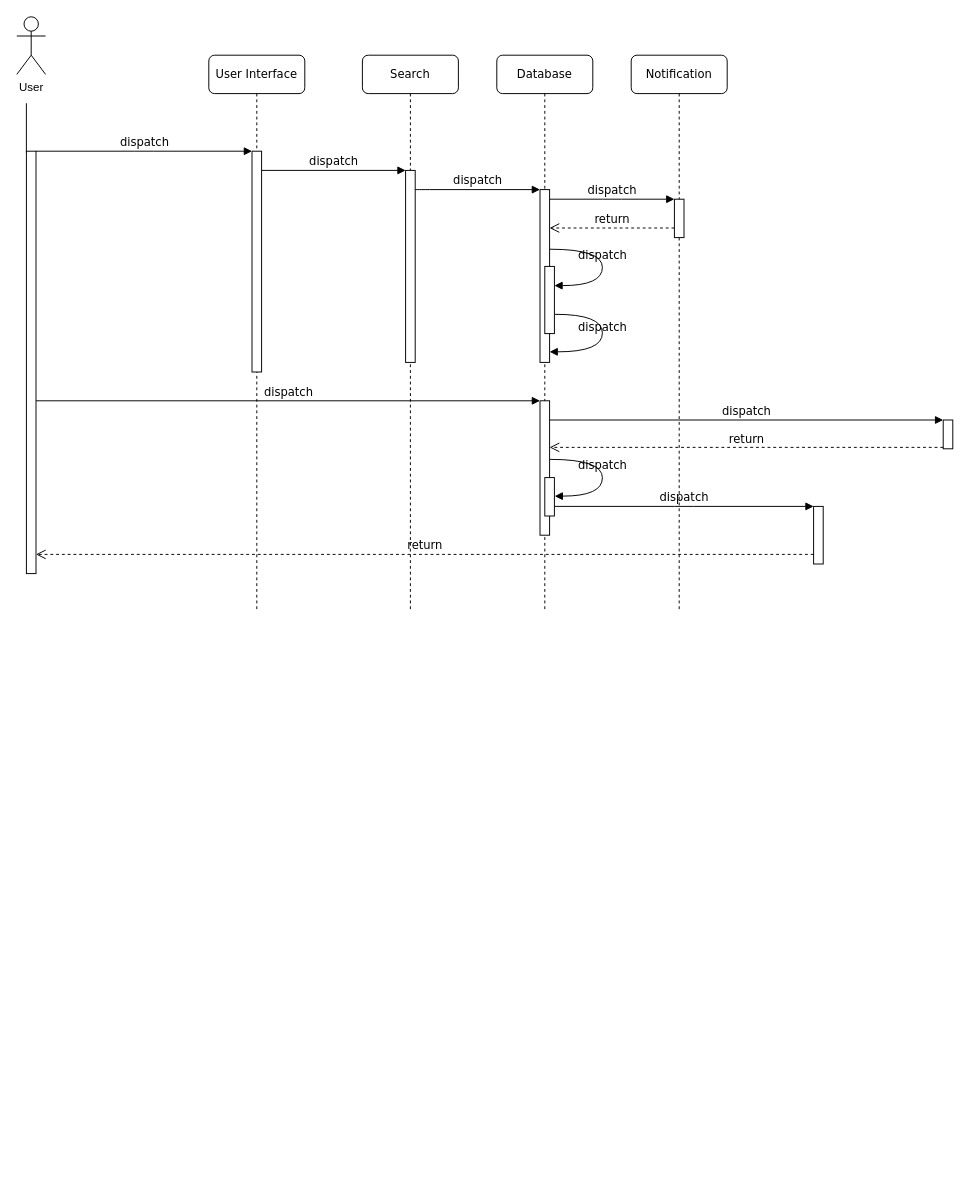
VinaiRamadhin/COMP2606A1 keeps this draw.io diagram as Untitled Diagram.drawio. Above is the earlier version. Source tidied: cells renumbered, new cells numbered last; positions are measured from the earlier drawing's top-left corner, leaving out a move shared by most shapes. Both pictures are drawn from the tidied source at 96%, with x=0, y=0 at pixel (16, 16).
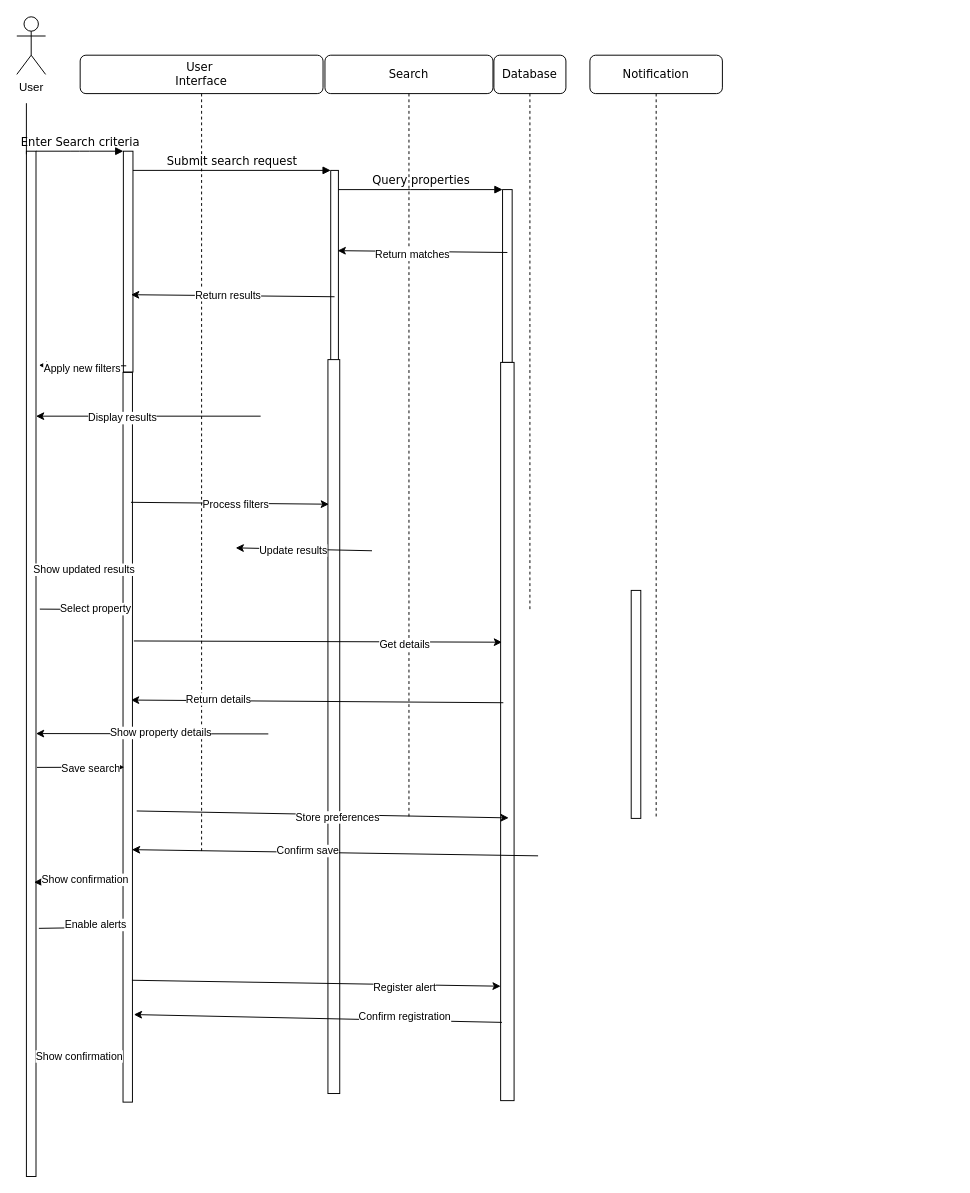
The same page after the edit.

Commit message:
Update Sequence diagram for project

Unchanged cells that the change refers to:
```xml
<mxCell id="3" style="html=1;points=[];perimeter=orthogonalPerimeter;rounded=0;shadow=0;comic=0;labelBackgroundColor=none;strokeWidth=1;fontFamily=Verdana;fontSize=12;align=center;" parent="2" vertex="1">
  <mxGeometry x="45" y="100" width="10" height="230" as="geometry" />
</mxCell>
```

Change to the diagram source:
```diff
@@
-    <mxCell id="2" value="User Interface" style="shape=umlLifeline;perimeter=lifelinePerimeter;whiteSpace=wrap;html=1;rounded=1;shadow=0;comic=0;labelBackgroundColor=none;strokeWidth=1;fontFamily=Verdana;fontSize=12;align=center;" parent="1" vertex="1">
-      <mxGeometry x="200" y="40" width="100" height="580" as="geometry" />
+    <mxCell id="2" value="User&amp;nbsp;&lt;div&gt;Interface&lt;/div&gt;" style="shape=umlLifeline;perimeter=lifelinePerimeter;whiteSpace=wrap;html=1;rounded=1;shadow=0;comic=0;labelBackgroundColor=none;strokeWidth=1;fontFamily=Verdana;fontSize=12;align=center;" parent="1" vertex="1">
+      <mxGeometry x="66" y="40" width="253" height="831" as="geometry" />
     </mxCell>
@@
+    <mxCell id="31" style="rounded=0;whiteSpace=wrap;html=1;rotation=-90;" parent="2" vertex="1">
+      <mxGeometry x="-330.5" y="705.6" width="760.1" height="9.8" as="geometry" />
+    </mxCell>
     <mxCell id="4" value="Search" style="shape=umlLifeline;perimeter=lifelinePerimeter;whiteSpace=wrap;html=1;rounded=1;shadow=0;comic=0;labelBackgroundColor=none;strokeWidth=1;fontFamily=Verdana;fontSize=12;align=center;" parent="1" vertex="1">
-      <mxGeometry x="360" y="40" width="100" height="580" as="geometry" />
+      <mxGeometry x="321" y="40" width="175" height="795" as="geometry" />
     </mxCell>
     <mxCell id="5" style="html=1;points=[];perimeter=orthogonalPerimeter;rounded=0;shadow=0;comic=0;labelBackgroundColor=none;strokeWidth=1;fontFamily=Verdana;fontSize=12;align=center;" parent="4" vertex="1">
-      <mxGeometry x="45" y="120" width="10" height="200" as="geometry" />
+      <mxGeometry x="6" y="120" width="8" height="200" as="geometry" />
     </mxCell>
+    <mxCell id="32" style="rounded=0;whiteSpace=wrap;html=1;rotation=-90;" parent="4" vertex="1">
+      <mxGeometry x="-373" y="693.2" width="764.5" height="12.3" as="geometry" />
+    </mxCell>
+    <mxCell id="33" style="endArrow=classic;html=1;rounded=0;exitX=0.701;exitY=0.417;exitDx=0;exitDy=0;exitPerimeter=0;entryX=0.721;entryY=0.948;entryDx=0;entryDy=0;entryPerimeter=0;" parent="4" edge="1">
+      <mxGeometry relative="1" as="geometry">
+        <mxPoint x="49" y="516.2" as="sourcePoint" />
+        <mxPoint x="-93" y="513.2" as="targetPoint" />
+      </mxGeometry>
+    </mxCell>
+    <mxCell id="34" value="Update results" style="edgeLabel;html=1;align=center;verticalAlign=middle;" parent="33" vertex="1">
+      <mxGeometry x="0.23" relative="1" as="geometry">
+        <mxPoint x="4" y="1" as="offset" />
+      </mxGeometry>
+    </mxCell>
     <mxCell id="6" value="Database" style="shape=umlLifeline;perimeter=lifelinePerimeter;whiteSpace=wrap;html=1;rounded=1;shadow=0;comic=0;labelBackgroundColor=none;strokeWidth=1;fontFamily=Verdana;fontSize=12;align=center;" parent="1" vertex="1">
-      <mxGeometry x="500" y="40" width="100" height="580" as="geometry" />
+      <mxGeometry x="497" y="40" width="75" height="580" as="geometry" />
     </mxCell>
-    <mxCell id="7" value="Notification" style="shape=umlLifeline;perimeter=lifelinePerimeter;whiteSpace=wrap;html=1;rounded=1;shadow=0;comic=0;labelBackgroundColor=none;strokeWidth=1;fontFamily=Verdana;fontSize=12;align=center;" parent="1" vertex="1">
-      <mxGeometry x="640" y="40" width="100" height="580" as="geometry" />
-    </mxCell>
     <mxCell id="8" style="html=1;points=[];perimeter=orthogonalPerimeter;rounded=0;shadow=0;comic=0;labelBackgroundColor=none;strokeWidth=1;fontFamily=Verdana;fontSize=12;align=center;" parent="1" vertex="1">
-      <mxGeometry x="545" y="180" width="10" height="180" as="geometry" />
+      <mxGeometry x="506" y="180" width="10" height="180" as="geometry" />
     </mxCell>
-    <mxCell id="9" value="dispatch" style="html=1;verticalAlign=bottom;endArrow=block;labelBackgroundColor=none;fontFamily=Verdana;fontSize=12;edgeStyle=elbowEdgeStyle;elbow=vertical;" parent="1" edge="1" source="5" target="8">
+    <mxCell id="9" value="Query properties" style="html=1;verticalAlign=bottom;endArrow=block;labelBackgroundColor=none;fontFamily=Verdana;fontSize=12;edgeStyle=elbowEdgeStyle;elbow=vertical;" parent="1" edge="1" source="5" target="8">
       <mxGeometry relative="1" as="geometry">
         <Array as="points">
           <mxPoint x="420" y="180" />
         </Array>
       </mxGeometry>
     </mxCell>
-    <mxCell id="10" style="html=1;points=[];perimeter=orthogonalPerimeter;rounded=0;shadow=0;comic=0;labelBackgroundColor=none;strokeWidth=1;fontFamily=Verdana;fontSize=12;align=center;" parent="1" vertex="1">
-      <mxGeometry x="685" y="190" width="10" height="40" as="geometry" />
-    </mxCell>
-    <mxCell id="11" value="dispatch" style="html=1;verticalAlign=bottom;endArrow=block;entryX=0;entryY=0;labelBackgroundColor=none;fontFamily=Verdana;fontSize=12;edgeStyle=elbowEdgeStyle;elbow=vertical;" parent="1" edge="1" source="8" target="10">
-      <mxGeometry relative="1" as="geometry" />
-    </mxCell>
-    <mxCell id="12" value="return" style="html=1;verticalAlign=bottom;endArrow=open;dashed=1;endSize=8;labelBackgroundColor=none;fontFamily=Verdana;fontSize=12;edgeStyle=elbowEdgeStyle;elbow=vertical;" parent="1" edge="1" source="10" target="8">
-      <mxGeometry relative="1" as="geometry">
-        <Array as="points">
-          <mxPoint x="630" y="220" />
-          <mxPoint x="660" y="220" />
-        </Array>
-      </mxGeometry>
-    </mxCell>
     <mxCell id="13" style="html=1;points=[];perimeter=orthogonalPerimeter;rounded=0;shadow=0;comic=0;labelBackgroundColor=none;strokeWidth=1;fontFamily=Verdana;fontSize=12;align=center;" parent="1" vertex="1">
-      <mxGeometry x="545" y="400" width="10" height="140" as="geometry" />
+      <mxGeometry x="504" y="360" width="14" height="769" as="geometry" />
     </mxCell>
-    <mxCell id="14" value="dispatch" style="html=1;verticalAlign=bottom;endArrow=block;entryX=0;entryY=0;labelBackgroundColor=none;fontFamily=Verdana;fontSize=12;" parent="1" edge="1" source="29" target="13">
-      <mxGeometry relative="1" as="geometry" />
-    </mxCell>
-    <mxCell id="15" style="html=1;points=[];perimeter=orthogonalPerimeter;rounded=0;shadow=0;comic=0;labelBackgroundColor=none;strokeColor=#000000;strokeWidth=1;fillColor=#FFFFFF;fontFamily=Verdana;fontSize=12;fontColor=#000000;align=center;" parent="1" vertex="1">
-      <mxGeometry x="965" y="420" width="10" height="30" as="geometry" />
-    </mxCell>
-    <mxCell id="16" value="dispatch" style="html=1;verticalAlign=bottom;endArrow=block;entryX=0;entryY=0;labelBackgroundColor=none;fontFamily=Verdana;fontSize=12;" parent="1" edge="1" source="13" target="15">
-      <mxGeometry relative="1" as="geometry" />
-    </mxCell>
-    <mxCell id="17" value="return" style="html=1;verticalAlign=bottom;endArrow=open;dashed=1;endSize=8;exitX=0;exitY=0.95;labelBackgroundColor=none;fontFamily=Verdana;fontSize=12;" parent="1" edge="1" source="15" target="13">
-      <mxGeometry relative="1" as="geometry" />
-    </mxCell>
-    <mxCell id="18" style="html=1;points=[];perimeter=orthogonalPerimeter;rounded=0;shadow=0;comic=0;labelBackgroundColor=none;strokeWidth=1;fontFamily=Verdana;fontSize=12;align=center;" parent="1" vertex="1">
-      <mxGeometry x="830" y="510" width="10" height="60" as="geometry" />
-    </mxCell>
-    <mxCell id="19" value="dispatch" style="html=1;verticalAlign=bottom;endArrow=block;entryX=0;entryY=0;labelBackgroundColor=none;fontFamily=Verdana;fontSize=12;edgeStyle=elbowEdgeStyle;elbow=vertical;" parent="1" edge="1" source="26" target="18">
-      <mxGeometry relative="1" as="geometry" />
-    </mxCell>
-    <mxCell id="20" value="return" style="html=1;verticalAlign=bottom;endArrow=open;dashed=1;endSize=8;labelBackgroundColor=none;fontFamily=Verdana;fontSize=12;edgeStyle=elbowEdgeStyle;elbow=vertical;" parent="1" edge="1" source="18" target="29">
-      <mxGeometry relative="1" as="geometry">
-        <Array as="points">
-          <mxPoint x="530" y="560" />
-        </Array>
-      </mxGeometry>
-    </mxCell>
-    <mxCell id="21" value="dispatch" style="html=1;verticalAlign=bottom;endArrow=block;entryX=0;entryY=0;labelBackgroundColor=none;fontFamily=Verdana;fontSize=12;edgeStyle=elbowEdgeStyle;elbow=vertical;" parent="1" edge="1" source="29" target="3">
+    <mxCell id="21" value="Enter Search criteria" style="html=1;verticalAlign=bottom;endArrow=block;entryX=0;entryY=0;labelBackgroundColor=none;fontFamily=Verdana;fontSize=12;edgeStyle=elbowEdgeStyle;elbow=vertical;" parent="1" edge="1" source="29" target="3">
       <mxGeometry relative="1" as="geometry" />
     </mxCell>
-    <mxCell id="22" value="dispatch" style="html=1;verticalAlign=bottom;endArrow=block;entryX=0;entryY=0;labelBackgroundColor=none;fontFamily=Verdana;fontSize=12;edgeStyle=elbowEdgeStyle;elbow=vertical;" parent="1" edge="1" source="3" target="5">
+    <mxCell id="22" value="Submit search request" style="html=1;verticalAlign=bottom;endArrow=block;entryX=0;entryY=0;labelBackgroundColor=none;fontFamily=Verdana;fontSize=12;edgeStyle=elbowEdgeStyle;elbow=vertical;" parent="1" edge="1" source="3" target="5">
       <mxGeometry relative="1" as="geometry" />
     </mxCell>
-    <mxCell id="23" style="html=1;points=[];perimeter=orthogonalPerimeter;rounded=0;shadow=0;comic=0;labelBackgroundColor=none;strokeWidth=1;fontFamily=Verdana;fontSize=12;align=center;" parent="1" vertex="1">
-      <mxGeometry x="550" y="260" width="10" height="70" as="geometry" />
-    </mxCell>
-    <mxCell id="24" value="dispatch" style="html=1;verticalAlign=bottom;endArrow=block;labelBackgroundColor=none;fontFamily=Verdana;fontSize=12;elbow=vertical;edgeStyle=orthogonalEdgeStyle;curved=1;entryX=1;entryY=0.286;entryPerimeter=0;exitX=1.038;exitY=0.345;exitPerimeter=0;" parent="1" edge="1" source="8" target="23">
-      <mxGeometry relative="1" as="geometry">
-        <Array as="points">
-          <mxPoint x="610" y="242" />
-          <mxPoint x="610" y="280" />
-        </Array>
-      </mxGeometry>
-    </mxCell>
-    <mxCell id="25" value="dispatch" style="html=1;verticalAlign=bottom;endArrow=block;labelBackgroundColor=none;fontFamily=Verdana;fontSize=12;elbow=vertical;edgeStyle=orthogonalEdgeStyle;curved=1;exitX=1.066;exitY=0.713;exitPerimeter=0;" parent="1" edge="1" source="23">
-      <mxGeometry relative="1" as="geometry">
-        <mxPoint x="555" y="349" as="targetPoint" />
-        <Array as="points">
-          <mxPoint x="610" y="310" />
-          <mxPoint x="610" y="349" />
-        </Array>
-      </mxGeometry>
-    </mxCell>
-    <mxCell id="26" style="html=1;points=[];perimeter=orthogonalPerimeter;rounded=0;shadow=0;comic=0;labelBackgroundColor=none;strokeWidth=1;fontFamily=Verdana;fontSize=12;align=center;" parent="1" vertex="1">
-      <mxGeometry x="550" y="480" width="10" height="40" as="geometry" />
-    </mxCell>
-    <mxCell id="27" value="dispatch" style="html=1;verticalAlign=bottom;endArrow=block;labelBackgroundColor=none;fontFamily=Verdana;fontSize=12;elbow=vertical;edgeStyle=orthogonalEdgeStyle;curved=1;entryX=1;entryY=0.286;entryPerimeter=0;exitX=1.038;exitY=0.345;exitPerimeter=0;" parent="1" edge="1">
-      <mxGeometry relative="1" as="geometry">
-        <mxPoint x="555.3" y="461" as="sourcePoint" />
-        <mxPoint x="560.3" y="499.3" as="targetPoint" />
-        <Array as="points">
-          <mxPoint x="610" y="461" />
-          <mxPoint x="610" y="499" />
-        </Array>
-      </mxGeometry>
-    </mxCell>
@@
     <mxCell id="29" style="html=1;points=[];perimeter=orthogonalPerimeter;rounded=0;shadow=0;comic=0;labelBackgroundColor=none;strokeWidth=1;fontFamily=Verdana;fontSize=12;align=center;" parent="1" vertex="1">
-      <mxGeometry x="10" y="140" width="10" height="440" as="geometry" />
+      <mxGeometry x="10" y="140" width="10" height="1068" as="geometry" />
     </mxCell>
@@
+    <mxCell id="35" style="endArrow=classic;html=1;rounded=0;exitX=0.5;exitY=0.364;exitDx=0;exitDy=0;exitPerimeter=0;entryX=0.9;entryY=0.418;entryDx=0;entryDy=0;entryPerimeter=0;" parent="1" edge="1" source="8" target="5">
+      <mxGeometry relative="1" as="geometry" />
+    </mxCell>
+    <mxCell id="36" value="Return matches" style="edgeLabel;html=1;align=center;verticalAlign=middle;" parent="35" vertex="1">
+      <mxGeometry x="0.12" y="3" relative="1" as="geometry" />
+    </mxCell>
+    <mxCell id="37" style="endArrow=classic;html=1;rounded=0;entryX=0.8;entryY=0.65;entryDx=0;entryDy=0;entryPerimeter=0;exitX=0.5;exitY=0.658;exitDx=0;exitDy=0;exitPerimeter=0;" parent="1" edge="1" source="5" target="3">
+      <mxGeometry relative="1" as="geometry" />
+    </mxCell>
+    <mxCell id="38" value="Return results" style="edgeLabel;html=1;align=center;verticalAlign=middle;" parent="37" vertex="1">
+      <mxGeometry x="0.06" y="-1" relative="1" as="geometry" />
+    </mxCell>
+    <mxCell id="39" style="endArrow=classic;html=1;rounded=0;entryX=1.1;entryY=0.426;entryDx=0;entryDy=0;entryPerimeter=0;" parent="1" edge="1">
+      <mxGeometry relative="1" as="geometry">
+        <mxPoint x="254" y="416" as="sourcePoint" />
+        <mxPoint x="20" y="416" as="targetPoint" />
+      </mxGeometry>
+    </mxCell>
+    <mxCell id="40" value="Display results" style="edgeLabel;html=1;align=center;verticalAlign=middle;" parent="39" vertex="1">
+      <mxGeometry x="0.24" y="1" relative="1" as="geometry" />
+    </mxCell>
+    <mxCell id="41" style="endArrow=classic;html=1;rounded=0;exitX=0.3;exitY=0.972;exitDx=0;exitDy=0;exitPerimeter=0;" parent="1" edge="1" source="3">
+      <mxGeometry relative="1" as="geometry">
+        <mxPoint x="23" y="363" as="targetPoint" />
+      </mxGeometry>
+    </mxCell>
+    <mxCell id="42" value="Apply new filters" style="edgeLabel;html=1;align=center;verticalAlign=middle;" parent="41" vertex="1">
+      <mxGeometry y="2" relative="1" as="geometry" />
+    </mxCell>
+    <mxCell id="43" style="endArrow=classic;html=1;rounded=0;exitX=0.822;exitY=0.846;exitDx=0;exitDy=0;exitPerimeter=0;entryX=0.803;entryY=0.083;entryDx=0;entryDy=0;entryPerimeter=0;" parent="1" edge="1" source="31" target="32">
+      <mxGeometry relative="1" as="geometry" />
+    </mxCell>
+    <mxCell id="44" value="Process filters" style="edgeLabel;html=1;align=center;verticalAlign=middle;" parent="43" vertex="1">
+      <mxGeometry x="0.06" y="-1" relative="1" as="geometry" />
+    </mxCell>
+    <mxCell id="45" style="endArrow=classic;html=1;rounded=0;entryX=1.4;entryY=0.406;entryDx=0;entryDy=0;entryPerimeter=0;exitX=0.733;exitY=0.136;exitDx=0;exitDy=0;exitPerimeter=0;" parent="1" edge="1" source="31" target="29">
+      <mxGeometry relative="1" as="geometry" />
+    </mxCell>
+    <mxCell id="46" value="Show updated results" style="edgeLabel;html=1;align=center;verticalAlign=middle;" parent="45" vertex="1">
+      <mxGeometry x="-0.04" y="2" relative="1" as="geometry" />
+    </mxCell>
+    <mxCell id="47" style="endArrow=classic;html=1;rounded=0;entryX=0.675;entryY=0.035;entryDx=0;entryDy=0;entryPerimeter=0;" parent="1" edge="1" target="31">
+      <mxGeometry relative="1" as="geometry">
+        <mxPoint x="24" y="617" as="sourcePoint" />
+      </mxGeometry>
+    </mxCell>
+    <mxCell id="48" value="Select property" style="edgeLabel;html=1;align=center;verticalAlign=middle;" parent="47" vertex="1">
+      <mxGeometry x="0.3" y="1" relative="1" as="geometry" />
+    </mxCell>
+    <mxCell id="49" style="endArrow=classic;html=1;rounded=0;entryX=0.1;entryY=0.379;entryDx=0;entryDy=0;entryPerimeter=0;exitX=0.632;exitY=1.151;exitDx=0;exitDy=0;exitPerimeter=0;" parent="1" edge="1" source="31" target="13">
+      <mxGeometry relative="1" as="geometry" />
+    </mxCell>
+    <mxCell id="50" value="Get details" style="edgeLabel;html=1;align=center;verticalAlign=middle;" parent="49" vertex="1">
+      <mxGeometry x="0.47" y="-2" relative="1" as="geometry" />
+    </mxCell>
+    <mxCell id="51" style="endArrow=classic;html=1;rounded=0;entryX=1;entryY=0.568;entryDx=0;entryDy=0;entryPerimeter=0;" parent="1" edge="1" target="29">
+      <mxGeometry relative="1" as="geometry">
+        <mxPoint x="262" y="747" as="sourcePoint" />
+      </mxGeometry>
+    </mxCell>
+    <mxCell id="52" value="Show property details" style="edgeLabel;html=1;align=center;verticalAlign=middle;" parent="51" vertex="1">
+      <mxGeometry x="-0.07" y="-1" relative="1" as="geometry" />
+    </mxCell>
+    <mxCell id="53" style="endArrow=classic;html=1;rounded=0;entryX=0.551;entryY=0.847;entryDx=0;entryDy=0;entryPerimeter=0;exitX=0.2;exitY=0.461;exitDx=0;exitDy=0;exitPerimeter=0;" parent="1" edge="1" source="13" target="31">
+      <mxGeometry relative="1" as="geometry" />
+    </mxCell>
+    <mxCell id="54" value="Return details" style="edgeLabel;html=1;align=center;verticalAlign=middle;" parent="53" vertex="1">
+      <mxGeometry x="0.53" y="-2" relative="1" as="geometry" />
+    </mxCell>
+    <mxCell id="55" style="endArrow=classic;html=1;rounded=0;exitX=1.1;exitY=0.601;exitDx=0;exitDy=0;exitPerimeter=0;entryX=0.459;entryY=0.136;entryDx=0;entryDy=0;entryPerimeter=0;" parent="1" edge="1" source="29" target="31">
+      <mxGeometry relative="1" as="geometry" />
+    </mxCell>
+    <mxCell id="56" value="Save search" style="edgeLabel;html=1;align=center;verticalAlign=middle;" parent="55" vertex="1">
+      <mxGeometry x="0.22" y="-1" relative="1" as="geometry" />
+    </mxCell>
+    <mxCell id="57" style="endArrow=classic;html=1;rounded=0;exitX=0.399;exitY=1.456;exitDx=0;exitDy=0;exitPerimeter=0;entryX=0.6;entryY=0.617;entryDx=0;entryDy=0;entryPerimeter=0;" parent="1" edge="1" source="31" target="13">
+      <mxGeometry relative="1" as="geometry" />
+    </mxCell>
+    <mxCell id="58" value="Store preferences" style="edgeLabel;html=1;align=center;verticalAlign=middle;" parent="57" vertex="1">
+      <mxGeometry x="0.08" y="-2" relative="1" as="geometry" />
+    </mxCell>
+    <mxCell id="59" style="endArrow=classic;html=1;rounded=0;entryX=0.346;entryY=0.948;entryDx=0;entryDy=0;entryPerimeter=0;" parent="1" edge="1" target="31">
+      <mxGeometry relative="1" as="geometry">
+        <mxPoint x="543" y="874" as="sourcePoint" />
+      </mxGeometry>
+    </mxCell>
+    <mxCell id="60" value="Confirm save" style="edgeLabel;html=1;align=center;verticalAlign=middle;" parent="59" vertex="1">
+      <mxGeometry x="0.14" y="-2" relative="1" as="geometry" />
+    </mxCell>
+    <mxCell id="61" style="endArrow=classic;html=1;rounded=0;exitX=0.304;exitY=0.035;exitDx=0;exitDy=0;exitPerimeter=0;entryX=0.8;entryY=0.713;entryDx=0;entryDy=0;entryPerimeter=0;" parent="1" edge="1" source="31" target="29">
+      <mxGeometry relative="1" as="geometry" />
+    </mxCell>
+    <mxCell id="62" value="Show confirmation" style="edgeLabel;html=1;align=center;verticalAlign=middle;" parent="61" vertex="1">
+      <mxGeometry x="-0.13" y="-2" relative="1" as="geometry" />
+    </mxCell>
+    <mxCell id="63" style="endArrow=classic;html=1;rounded=0;exitX=1.3;exitY=0.758;exitDx=0;exitDy=0;exitPerimeter=0;entryX=0.24;entryY=0.441;entryDx=0;entryDy=0;entryPerimeter=0;" parent="1" edge="1" source="29" target="31">
+      <mxGeometry relative="1" as="geometry" />
+    </mxCell>
+    <mxCell id="64" value="Enable alerts" style="edgeLabel;html=1;align=center;verticalAlign=middle;" parent="63" vertex="1">
+      <mxGeometry x="0.29" y="3" relative="1" as="geometry" />
+    </mxCell>
+    <mxCell id="65" style="endArrow=classic;html=1;rounded=0;exitX=0.167;exitY=0.948;exitDx=0;exitDy=0;exitPerimeter=0;entryX=0;entryY=0.845;entryDx=0;entryDy=0;entryPerimeter=0;" parent="1" edge="1" source="31" target="13">
+      <mxGeometry relative="1" as="geometry" />
+    </mxCell>
+    <mxCell id="66" value="Register alert" style="edgeLabel;html=1;align=center;verticalAlign=middle;" parent="65" vertex="1">
+      <mxGeometry x="0.48" y="-2" relative="1" as="geometry" />
+    </mxCell>
+    <mxCell id="67" style="endArrow=classic;html=1;rounded=0;exitX=0.1;exitY=0.894;exitDx=0;exitDy=0;exitPerimeter=0;entryX=0.12;entryY=1.151;entryDx=0;entryDy=0;entryPerimeter=0;" parent="1" edge="1" source="13" target="31">
+      <mxGeometry relative="1" as="geometry" />
+    </mxCell>
+    <mxCell id="68" value="Confirm registration" style="edgeLabel;html=1;align=center;verticalAlign=middle;" parent="67" vertex="1">
+      <mxGeometry x="-0.47" y="-4" relative="1" as="geometry" />
+    </mxCell>
+    <mxCell id="69" style="endArrow=classic;html=1;rounded=0;exitX=0.063;exitY=-0.27;exitDx=0;exitDy=0;exitPerimeter=0;entryX=1;entryY=0.885;entryDx=0;entryDy=0;entryPerimeter=0;" parent="1" edge="1" source="31" target="29">
+      <mxGeometry relative="1" as="geometry" />
+    </mxCell>
+    <mxCell id="70" value="Show confirmation" style="edgeLabel;html=1;align=center;verticalAlign=middle;" parent="69" vertex="1">
+      <mxGeometry x="-0.03" y="-1" relative="1" as="geometry" />
+    </mxCell>
+    <mxCell id="7" value="Notification" style="shape=umlLifeline;perimeter=lifelinePerimeter;whiteSpace=wrap;html=1;rounded=1;shadow=0;comic=0;labelBackgroundColor=none;strokeWidth=1;fontFamily=Verdana;fontSize=12;align=center;" parent="1" vertex="1">
+      <mxGeometry x="597" y="40" width="138" height="795" as="geometry" />
+    </mxCell>
+    <mxCell id="15" style="html=1;points=[];perimeter=orthogonalPerimeter;rounded=0;shadow=0;comic=0;labelBackgroundColor=none;strokeColor=#000000;strokeWidth=1;fillColor=#FFFFFF;fontFamily=Verdana;fontSize=12;fontColor=#000000;align=center;" parent="7" vertex="1">
+      <mxGeometry x="43" y="557.5" width="10" height="237.5" as="geometry" />
+    </mxCell>
```
